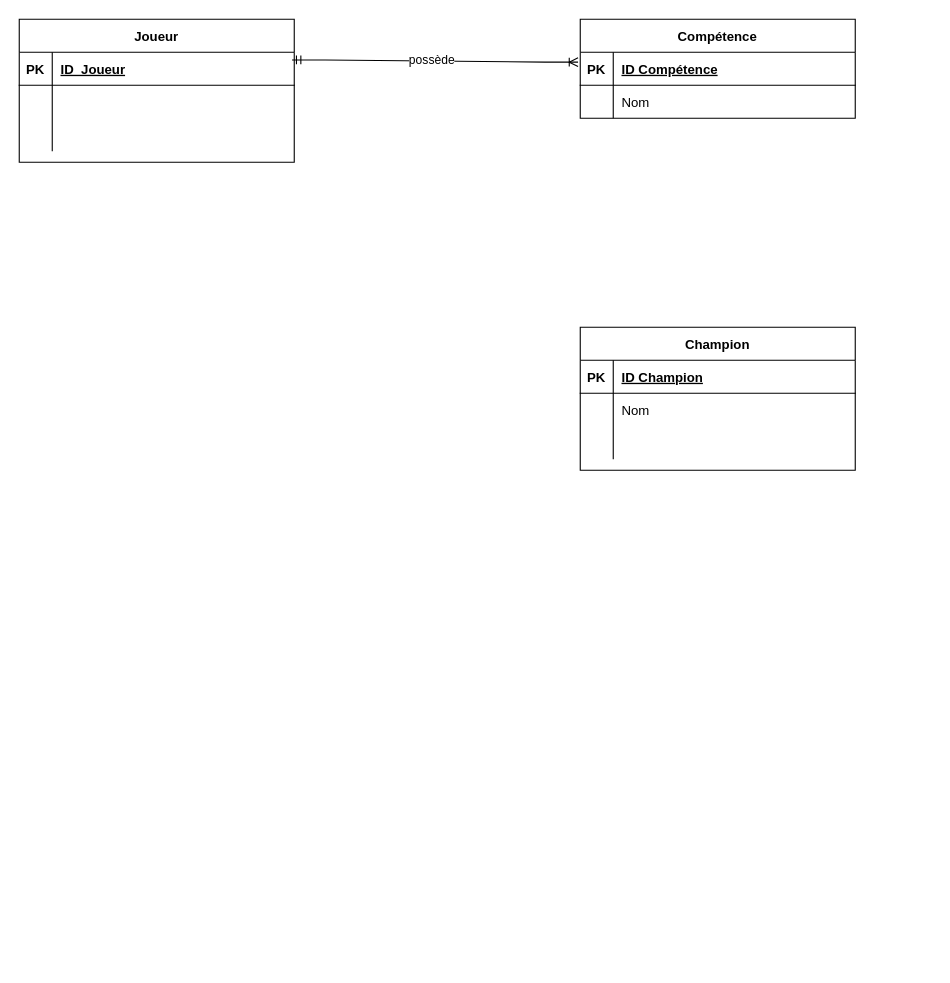
This is Diagramme sans nom.drawio from IssaiasO/BTS2-CIEL-IR-MCD-2024-2025, a draw.io file, before an edit. Source tidied: cells renumbered, new cells numbered last; positions are measured from the earlier drawing's top-left corner, leaving out a move shared by most shapes. Both pictures are drawn from the tidied source at 110%, with x=0, y=0 at pixel (19, 19).
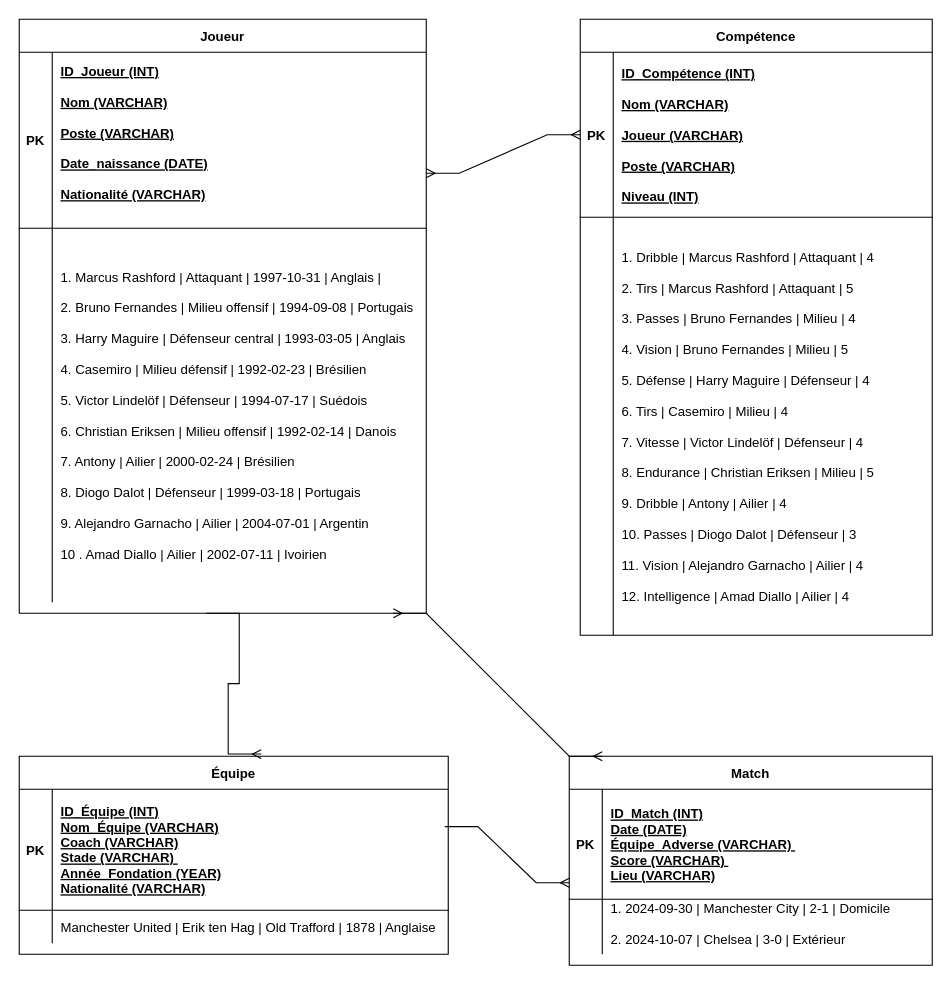
The same page after the edit.

Commit message:
Mettre à jour Diagramme sans nom.drawio

What changed in the source:
```diff
@@
     <mxCell id="2" value="Compétence" style="shape=table;startSize=30;childLayout=tableLayout;rowLines=0;fontStyle=1;align=center;" parent="1" vertex="1">
-      <mxGeometry x="510" width="250" height="90" as="geometry" />
+      <mxGeometry x="510" width="320" height="560" as="geometry" />
     </mxCell>
     <mxCell id="3" style="shape=partialRectangle;fillColor=none;points=[[0,0.5],[1,0.5]];portConstraint=eastwest;top=0;left=0;right=0;bottom=1;" parent="2" vertex="1">
-      <mxGeometry y="30" width="250" height="30" as="geometry" />
+      <mxGeometry y="30" width="320" height="150" as="geometry" />
     </mxCell>
     <mxCell id="4" value="PK" style="shape=partialRectangle;overflow=hidden;fillColor=none;top=0;left=0;bottom=0;right=0;fontStyle=1;" parent="3" vertex="1">
-      <mxGeometry width="30" height="30" as="geometry" />
+      <mxGeometry width="30" height="150" as="geometry" />
     </mxCell>
-    <mxCell id="5" value="ID Compétence" style="shape=partialRectangle;overflow=hidden;fillColor=none;top=0;left=0;bottom=0;right=0;align=left;spacingLeft=6;fontStyle=5;" parent="3" vertex="1">
-      <mxGeometry x="30" width="220" height="30" as="geometry" />
+    <mxCell id="5" value="ID_Compétence (INT)&#10;&#10;Nom           (VARCHAR)&#10;&#10;Joueur        (VARCHAR)&#10;&#10;Poste         (VARCHAR)&#10;&#10;Niveau        (INT)   " style="shape=partialRectangle;overflow=hidden;fillColor=none;top=0;left=0;bottom=0;right=0;align=left;spacingLeft=6;fontStyle=5;" parent="3" vertex="1">
+      <mxGeometry x="30" width="290" height="150" as="geometry" />
     </mxCell>
     <mxCell id="6" style="shape=partialRectangle;fillColor=none;top=0;left=0;right=0;bottom=0;" parent="2" vertex="1">
-      <mxGeometry y="60" width="250" height="30" as="geometry" />
+      <mxGeometry y="180" width="320" height="380" as="geometry" />
     </mxCell>
     <mxCell id="7" style="shape=partialRectangle;overflow=hidden;fillColor=none;top=0;left=0;bottom=0;right=0;" parent="6" vertex="1">
-      <mxGeometry width="30" height="30" as="geometry" />
+      <mxGeometry width="30" height="380" as="geometry" />
     </mxCell>
-    <mxCell id="8" value="Nom" style="shape=partialRectangle;overflow=hidden;fillColor=none;top=0;left=0;bottom=0;right=0;align=left;spacingLeft=6;" parent="6" vertex="1">
-      <mxGeometry x="30" width="220" height="30" as="geometry" />
+    <mxCell id="8" value="1. Dribble     | Marcus Rashford  | Attaquant  | 4&#10;&#10;2. Tirs        | Marcus Rashford  | Attaquant  | 5&#10;&#10;3. Passes      | Bruno Fernandes   | Milieu     | 4&#10;&#10;4. Vision      | Bruno Fernandes   | Milieu     | 5&#10;&#10;5. Défense     | Harry Maguire     | Défenseur  | 4&#10;&#10;6. Tirs        | Casemiro          | Milieu     | 4&#10;&#10;7. Vitesse     | Victor Lindelöf   | Défenseur  | 4&#10;&#10;8. Endurance   | Christian Eriksen  | Milieu     | 5&#10;&#10;9. Dribble     | Antony            | Ailier     | 4&#10;&#10;10. Passes     | Diogo Dalot       | Défenseur  | 3&#10;&#10;11. Vision     | Alejandro Garnacho | Ailier     | 4&#10;&#10;12. Intelligence | Amad Diallo     | Ailier     | 4" style="shape=partialRectangle;overflow=hidden;fillColor=none;top=0;left=0;bottom=0;right=0;align=left;spacingLeft=6;" parent="6" vertex="1">
+      <mxGeometry x="30" width="290" height="380" as="geometry" />
     </mxCell>
     <mxCell id="9" value="Joueur" style="shape=table;startSize=30;childLayout=tableLayout;rowLines=0;fontStyle=1;align=center;" parent="1" vertex="1">
-      <mxGeometry width="250" height="130" as="geometry" />
+      <mxGeometry width="370" height="540" as="geometry" />
     </mxCell>
     <mxCell id="10" style="shape=partialRectangle;fillColor=none;points=[[0,0.5],[1,0.5]];portConstraint=eastwest;top=0;left=0;right=0;bottom=1;" parent="9" vertex="1">
-      <mxGeometry y="30" width="250" height="30" as="geometry" />
+      <mxGeometry y="30" width="370" height="160" as="geometry" />
     </mxCell>
     <mxCell id="11" value="PK" style="shape=partialRectangle;overflow=hidden;fillColor=none;top=0;left=0;bottom=0;right=0;fontStyle=1;" parent="10" vertex="1">
-      <mxGeometry width="30" height="30" as="geometry" />
+      <mxGeometry width="30" height="160" as="geometry" />
     </mxCell>
-    <mxCell id="12" value="ID_Joueur" style="shape=partialRectangle;overflow=hidden;fillColor=none;top=0;left=0;bottom=0;right=0;align=left;spacingLeft=6;fontStyle=5;" parent="10" vertex="1">
-      <mxGeometry x="30" width="220" height="30" as="geometry" />
+    <mxCell id="12" value="ID_Joueur      (INT)&#10;&#10;Nom                (VARCHAR)&#10;&#10;Poste              (VARCHAR)&#10;&#10;Date_naissance     (DATE)&#10;&#10;Nationalité        (VARCHAR)&#10;" style="shape=partialRectangle;overflow=hidden;fillColor=none;top=0;left=0;bottom=0;right=0;align=left;spacingLeft=6;fontStyle=5;" parent="10" vertex="1">
+      <mxGeometry x="30" width="340" height="160" as="geometry" />
     </mxCell>
     <mxCell id="13" style="shape=partialRectangle;fillColor=none;top=0;left=0;right=0;bottom=0;" parent="9" vertex="1">
-      <mxGeometry y="60" width="250" height="30" as="geometry" />
+      <mxGeometry y="190" width="370" height="340" as="geometry" />
     </mxCell>
     <mxCell id="14" style="shape=partialRectangle;overflow=hidden;fillColor=none;top=0;left=0;bottom=0;right=0;" parent="13" vertex="1">
-      <mxGeometry width="30" height="30" as="geometry" />
+      <mxGeometry width="30" height="340" as="geometry" />
     </mxCell>
-    <mxCell id="15" style="shape=partialRectangle;overflow=hidden;fillColor=none;top=0;left=0;bottom=0;right=0;align=left;spacingLeft=6;" parent="13" vertex="1">
-      <mxGeometry x="30" width="220" height="30" as="geometry" />
+    <mxCell id="15" value="1. Marcus Rashford  | Attaquant         | 1997-10-31 | Anglais    |&#10;&#10;2. Bruno Fernandes   | Milieu offensif   | 1994-09-08 | Portugais&#10;&#10;3. Harry Maguire     | Défenseur central  | 1993-03-05 | Anglais &#10;&#10;4. Casemiro          | Milieu défensif   | 1992-02-23 | Brésilien&#10;&#10;5. Victor Lindelöf  | Défenseur         | 1994-07-17 | Suédois&#10;&#10;6. Christian Eriksen | Milieu offensif   | 1992-02-14 | Danois  &#10;&#10;7. Antony            | Ailier            | 2000-02-24 | Brésilien&#10;&#10;8. Diogo Dalot      | Défenseur         | 1999-03-18 | Portugais&#10;&#10;9. Alejandro Garnacho | Ailier                       | 2004-07-01 | Argentin&#10;&#10;10 . Amad Diallo        | Ailier                      | 2002-07-11 | Ivoirien" style="shape=partialRectangle;overflow=hidden;fillColor=none;top=0;left=0;bottom=0;right=0;align=left;spacingLeft=6;" parent="13" vertex="1">
+      <mxGeometry x="30" width="340" height="340" as="geometry" />
     </mxCell>
-    <mxCell id="16" style="shape=partialRectangle;fillColor=none;top=0;left=0;right=0;bottom=0;" parent="9" vertex="1">
-      <mxGeometry y="90" width="250" height="30" as="geometry" />
-    </mxCell>
-    <mxCell id="17" style="shape=partialRectangle;overflow=hidden;fillColor=none;top=0;left=0;bottom=0;right=0;" parent="16" vertex="1">
-      <mxGeometry width="30" height="30" as="geometry" />
-    </mxCell>
-    <mxCell id="18" style="shape=partialRectangle;overflow=hidden;fillColor=none;top=0;left=0;bottom=0;right=0;align=left;spacingLeft=6;" parent="16" vertex="1">
-      <mxGeometry x="30" width="220" height="30" as="geometry" />
-    </mxCell>
-    <mxCell id="19" style="edgeStyle=entityRelationEdgeStyle;fontSize=12;html=1;endArrow=ERoneToMany;startArrow=ERmandOne;rounded=0;entryX=-0.008;entryY=0.3;entryDx=0;entryDy=0;exitX=0.992;exitY=0.233;exitDx=0;exitDy=0;exitPerimeter=0;entryPerimeter=0;" parent="1" edge="1" source="10" target="3">
-      <mxGeometry relative="1" as="geometry">
-        <Array as="points">
-          <mxPoint x="490" y="30" />
-          <mxPoint x="500" y="30" />
-        </Array>
-      </mxGeometry>
-    </mxCell>
-    <mxCell id="20" value="possède" style="edgeLabel;html=1;align=center;verticalAlign=middle;" parent="19" vertex="1">
-      <mxGeometry x="-0.03" y="1" relative="1" as="geometry" />
-    </mxCell>
-    <mxCell id="21" value="Champion" style="shape=table;startSize=30;childLayout=tableLayout;rowLines=0;fontStyle=1;align=center;" parent="1" vertex="1">
-      <mxGeometry x="510" y="280" width="250" height="130" as="geometry" />
+    <mxCell id="21" value="Équipe                 " style="shape=table;startSize=30;childLayout=tableLayout;rowLines=0;fontStyle=1;align=center;" parent="1" vertex="1">
+      <mxGeometry y="670" width="390" height="180" as="geometry" />
     </mxCell>
     <mxCell id="22" style="shape=partialRectangle;fillColor=none;points=[[0,0.5],[1,0.5]];portConstraint=eastwest;top=0;left=0;right=0;bottom=1;" parent="21" vertex="1">
-      <mxGeometry y="30" width="250" height="30" as="geometry" />
+      <mxGeometry y="30" width="390" height="110" as="geometry" />
     </mxCell>
     <mxCell id="23" value="PK" style="shape=partialRectangle;overflow=hidden;fillColor=none;top=0;left=0;bottom=0;right=0;fontStyle=1;" parent="22" vertex="1">
-      <mxGeometry width="30" height="30" as="geometry" />
+      <mxGeometry width="30" height="110" as="geometry" />
     </mxCell>
-    <mxCell id="24" value="ID Champion" style="shape=partialRectangle;overflow=hidden;fillColor=none;top=0;left=0;bottom=0;right=0;align=left;spacingLeft=6;fontStyle=5;" parent="22" vertex="1">
-      <mxGeometry x="30" width="220" height="30" as="geometry" />
+    <mxCell id="24" value="ID_Équipe         (INT)&#10;Nom_Équipe            (VARCHAR)&#10;Coach                 (VARCHAR)&#10;Stade                 (VARCHAR) &#10;Année_Fondation       (YEAR)&#10;Nationalité           (VARCHAR) " style="shape=partialRectangle;overflow=hidden;fillColor=none;top=0;left=0;bottom=0;right=0;align=left;spacingLeft=6;fontStyle=5;" parent="22" vertex="1">
+      <mxGeometry x="30" width="360" height="110" as="geometry" />
     </mxCell>
     <mxCell id="25" style="shape=partialRectangle;fillColor=none;top=0;left=0;right=0;bottom=0;" parent="21" vertex="1">
-      <mxGeometry y="60" width="250" height="30" as="geometry" />
+      <mxGeometry y="140" width="390" height="30" as="geometry" />
     </mxCell>
@@
-    <mxCell id="27" value="Nom" style="shape=partialRectangle;overflow=hidden;fillColor=none;top=0;left=0;bottom=0;right=0;align=left;spacingLeft=6;" parent="25" vertex="1">
-      <mxGeometry x="30" width="220" height="30" as="geometry" />
+    <mxCell id="27" value=" Manchester United    | Erik ten Hag   | Old Trafford     | 1878  | Anglaise" style="shape=partialRectangle;overflow=hidden;fillColor=none;top=0;left=0;bottom=0;right=0;align=left;spacingLeft=6;" parent="25" vertex="1">
+      <mxGeometry x="30" width="360" height="30" as="geometry" />
     </mxCell>
-    <mxCell id="28" style="shape=partialRectangle;fillColor=none;top=0;left=0;right=0;bottom=0;" parent="21" vertex="1">
-      <mxGeometry y="90" width="250" height="30" as="geometry" />
-    </mxCell>
-    <mxCell id="29" style="shape=partialRectangle;overflow=hidden;fillColor=none;top=0;left=0;bottom=0;right=0;" parent="28" vertex="1">
-      <mxGeometry width="30" height="30" as="geometry" />
-    </mxCell>
-    <mxCell id="30" style="shape=partialRectangle;overflow=hidden;fillColor=none;top=0;left=0;bottom=0;right=0;align=left;spacingLeft=6;" parent="28" vertex="1">
-      <mxGeometry x="30" width="220" height="30" as="geometry" />
-    </mxCell>
+    <mxCell id="31" value="Match                 " style="shape=table;startSize=30;childLayout=tableLayout;rowLines=0;fontStyle=1;align=center;" parent="1" vertex="1">
+      <mxGeometry x="500" y="670" width="330" height="190" as="geometry" />
+    </mxCell>
+    <mxCell id="32" style="shape=partialRectangle;fillColor=none;top=0;left=0;right=0;bottom=1;" parent="31" vertex="1">
+      <mxGeometry y="30" width="330" height="100" as="geometry" />
+    </mxCell>
+    <mxCell id="33" value="PK" style="shape=partialRectangle;overflow=hidden;fillColor=none;top=0;left=0;bottom=0;right=0;fontStyle=1;" parent="32" vertex="1">
+      <mxGeometry width="30" height="100" as="geometry" />
+    </mxCell>
+    <mxCell id="34" value="ID_Match         (INT)&#10;Date                 (DATE)&#10;Équipe_Adverse       (VARCHAR) &#10;Score                (VARCHAR) &#10;Lieu                 (VARCHAR)" style="shape=partialRectangle;overflow=hidden;fillColor=none;top=0;left=0;bottom=0;right=0;align=left;spacingLeft=6;fontStyle=5;" parent="32" vertex="1">
+      <mxGeometry x="30" width="300" height="100" as="geometry" />
+    </mxCell>
+    <mxCell id="35" style="shape=partialRectangle;fillColor=none;top=0;left=0;right=0;bottom=0;" parent="31" vertex="1">
+      <mxGeometry y="130" width="330" height="50" as="geometry" />
+    </mxCell>
+    <mxCell id="36" style="shape=partialRectangle;overflow=hidden;fillColor=none;top=0;left=0;bottom=0;right=0;" parent="35" vertex="1">
+      <mxGeometry width="30" height="50" as="geometry" />
+    </mxCell>
+    <mxCell id="37" value="1. 2024-09-30       | Manchester City | 2-1     | Domicile&#10;&#10;2. 2024-10-07       | Chelsea         | 3-0     | Extérieur&#10;" style="shape=partialRectangle;overflow=hidden;fillColor=none;top=0;left=0;bottom=0;right=0;align=left;spacingLeft=6;" parent="35" vertex="1">
+      <mxGeometry x="30" width="300" height="50" as="geometry" />
+    </mxCell>
+    <mxCell id="38" style="edgeStyle=entityRelationEdgeStyle;fontSize=12;html=1;endArrow=ERmany;rounded=0;entryX=0.564;entryY=-0.011;entryDx=0;entryDy=0;entryPerimeter=0;" parent="1" edge="1" target="21">
+      <mxGeometry relative="1" as="geometry">
+        <mxPoint x="170" y="540" as="sourcePoint" />
+        <Array as="points">
+          <mxPoint x="230" y="540" />
+          <mxPoint x="230" y="540" />
+          <mxPoint x="250" y="540" />
+          <mxPoint x="210" y="670" />
+        </Array>
+      </mxGeometry>
+    </mxCell>
+    <mxCell id="39" style="edgeStyle=entityRelationEdgeStyle;fontSize=12;html=1;endArrow=ERmany;startArrow=ERmany;rounded=0;entryX=0;entryY=0.5;entryDx=0;entryDy=0;" parent="1" edge="1" target="3">
+      <mxGeometry relative="1" as="geometry">
+        <mxPoint x="370" y="140" as="sourcePoint" />
+      </mxGeometry>
+    </mxCell>
+    <mxCell id="40" style="edgeStyle=entityRelationEdgeStyle;fontSize=12;html=1;endArrow=ERmany;rounded=0;exitX=0.992;exitY=0.309;exitDx=0;exitDy=0;exitPerimeter=0;" parent="1" edge="1" source="22">
+      <mxGeometry relative="1" as="geometry">
+        <mxPoint x="500" y="785" as="targetPoint" />
+        <Array as="points">
+          <mxPoint x="460" y="735" />
+          <mxPoint x="460" y="735" />
+          <mxPoint x="620" y="799" />
+          <mxPoint x="480" y="735" />
+          <mxPoint x="440" y="865" />
+        </Array>
+      </mxGeometry>
+    </mxCell>
+    <mxCell id="41" style="edgeStyle=entityRelationEdgeStyle;fontSize=12;html=1;endArrow=ERmany;startArrow=ERmany;rounded=0;entryX=0.091;entryY=0;entryDx=0;entryDy=0;entryPerimeter=0;" parent="1" edge="1" target="31">
+      <mxGeometry relative="1" as="geometry">
+        <mxPoint x="340" y="540" as="sourcePoint" />
+      </mxGeometry>
+    </mxCell>
```
